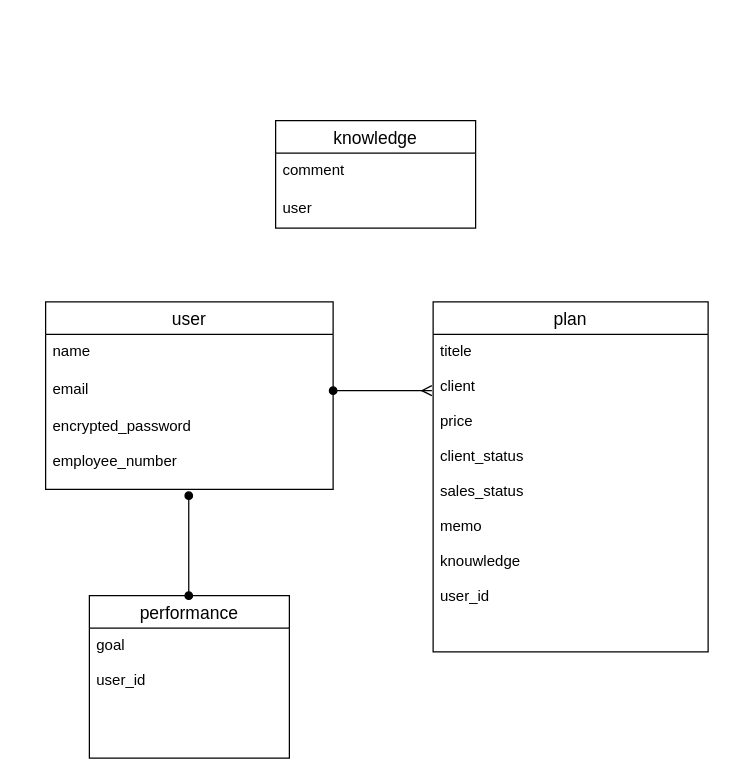
The draw.io diagram urican.dio in sayaka-ando/urican_app, before the edit. Source tidied: cells renumbered, new cells numbered last; positions are measured from the earlier drawing's top-left corner, leaving out a move shared by most shapes. Both pictures are drawn from the tidied source at 125%, with x=0, y=0 at pixel (45, 120).
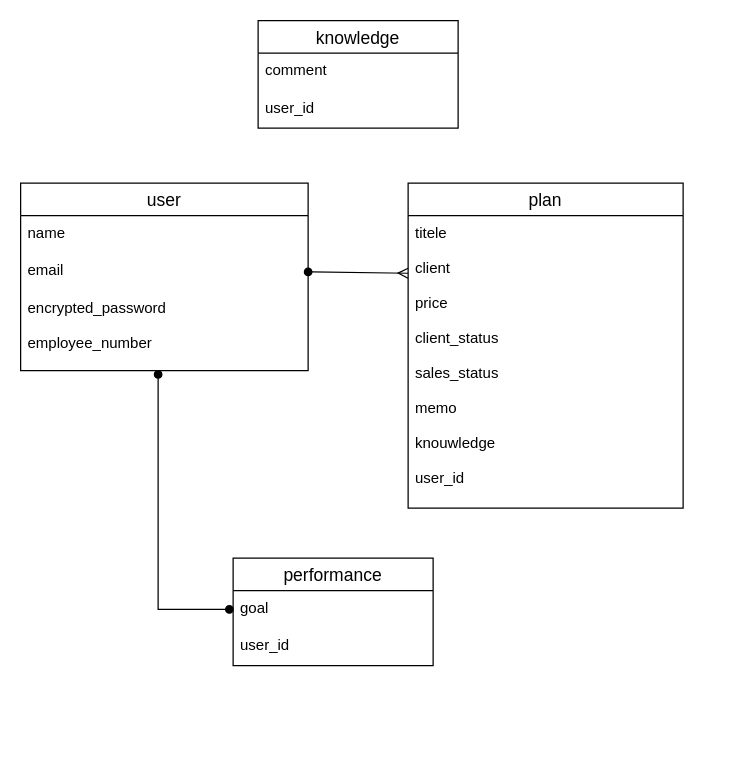
After the change.

Change to the diagram source:
```diff
@@
 <mxGraphModel>
   <root>
     <mxCell id="0" />
     <mxCell id="1" parent="0" />
     <mxCell id="2" value="user" style="swimlane;fontStyle=0;horizontal=1;startSize=26;align=center;fontSize=14;" parent="1" vertex="1">
-      <mxGeometry y="145" width="230" height="150" as="geometry" />
+      <mxGeometry x="-20" y="50" width="230" height="150" as="geometry" />
     </mxCell>
     <mxCell id="3" value="name&#10;" style="text;strokeColor=none;fillColor=none;spacingLeft=4;spacingRight=4;overflow=hidden;fontSize=12;" parent="2" vertex="1">
       <mxGeometry y="26" width="230" height="30" as="geometry" />
     </mxCell>
     <mxCell id="4" value="email&#10;" style="text;strokeColor=none;fillColor=none;spacingLeft=4;spacingRight=4;overflow=hidden;points=[[0,0.5],[1,0.5]];portConstraint=eastwest;fontSize=12;" parent="2" vertex="1">
       <mxGeometry y="56" width="230" height="30" as="geometry" />
     </mxCell>
     <mxCell id="5" value="encrypted_password&#10;&#10;employee_number" style="text;strokeColor=none;fillColor=none;spacingLeft=4;spacingRight=4;overflow=hidden;fontSize=12;" parent="2" vertex="1">
       <mxGeometry y="86" width="230" height="64" as="geometry" />
     </mxCell>
     <mxCell id="6" value="plan" style="swimlane;fontStyle=0;horizontal=1;startSize=26;align=center;fontSize=14;" parent="1" vertex="1">
-      <mxGeometry x="310" y="145" width="220" height="280" as="geometry" />
+      <mxGeometry x="290" y="50" width="220" height="260" as="geometry" />
     </mxCell>
-    <mxCell id="7" value="titele&#10;&#10;client&#10;&#10;price&#10;&#10;client_status&#10;&#10;sales_status&#10;&#10;memo&#10;&#10;knouwledge&#10;&#10;user_id&#10;&#10;" style="text;strokeColor=none;fillColor=none;spacingLeft=4;spacingRight=4;overflow=hidden;points=[[0,0.5],[1,0.5]];portConstraint=eastwest;fontSize=12;" parent="6" vertex="1">
-      <mxGeometry y="26" width="220" height="254" as="geometry" />
+    <mxCell id="7" value="titele&#10;&#10;client&#10;&#10;price&#10;&#10;client_status&#10;&#10;sales_status&#10;&#10;memo&#10;&#10;knouwledge&#10;&#10;user_id" style="text;strokeColor=none;fillColor=none;spacingLeft=4;spacingRight=4;overflow=hidden;points=[[0,0.5],[1,0.5]];portConstraint=eastwest;fontSize=12;" parent="6" vertex="1">
+      <mxGeometry y="26" width="220" height="234" as="geometry" />
     </mxCell>
     <mxCell id="8" value="performance" style="swimlane;fontStyle=0;horizontal=1;startSize=26;align=center;fontSize=14;" parent="1" vertex="1">
-      <mxGeometry x="35" y="380" width="160" height="130" as="geometry" />
+      <mxGeometry x="150" y="350" width="160" height="86" as="geometry" />
     </mxCell>
-    <mxCell id="9" value="goal&#10;&#10;user_id&#10;" style="text;strokeColor=none;fillColor=none;spacingLeft=4;spacingRight=4;overflow=hidden;fontSize=12;" parent="8" vertex="1">
-      <mxGeometry y="26" width="160" height="104" as="geometry" />
+    <mxCell id="9" value="goal" style="text;strokeColor=none;fillColor=none;spacingLeft=4;spacingRight=4;overflow=hidden;fontSize=12;" parent="8" vertex="1">
+      <mxGeometry y="26" width="160" height="30" as="geometry" />
     </mxCell>
+    <mxCell id="15" value="user_id" style="text;strokeColor=none;fillColor=none;spacingLeft=4;spacingRight=4;overflow=hidden;fontSize=12;" parent="8" vertex="1">
+      <mxGeometry y="56" width="160" height="30" as="geometry" />
+    </mxCell>
+    <mxCell id="11" style="rounded=0;jettySize=auto;html=1;exitX=1;exitY=0.5;exitDx=0;exitDy=0;entryX=0;entryY=0.197;entryDx=0;entryDy=0;entryPerimeter=0;startArrow=oval;startFill=1;endArrow=ERmany;endFill=0;" parent="1" edge="1" source="4" target="7">
+      <mxGeometry relative="1" as="geometry" />
+    </mxCell>
-    <mxCell id="10" style="endArrow=oval;html=1;rounded=0;endFill=1;startArrow=oval;startFill=1;" parent="8" edge="1">
+    <mxCell id="10" style="endArrow=oval;html=1;rounded=0;endFill=1;startArrow=oval;startFill=1;" parent="1" edge="1">
       <mxGeometry relative="1" as="geometry">
-        <mxPoint x="79.5" y="-80" as="sourcePoint" />
-        <mxPoint x="79.5" as="targetPoint" />
+        <mxPoint x="90" y="203" as="sourcePoint" />
+        <mxPoint x="147" y="391" as="targetPoint" />
+        <Array as="points">
+          <mxPoint x="90" y="391" />
+        </Array>
       </mxGeometry>
     </mxCell>
-    <mxCell id="11" style="rounded=0;jettySize=auto;html=1;exitX=1;exitY=0.5;exitDx=0;exitDy=0;startArrow=oval;startFill=1;endArrow=ERmany;endFill=0;" parent="1" edge="1" source="4">
-      <mxGeometry relative="1" as="geometry">
-        <mxPoint x="309" y="216" as="targetPoint" />
-      </mxGeometry>
-    </mxCell>
     <mxCell id="12" value="knowledge" style="swimlane;fontStyle=0;horizontal=1;startSize=26;align=center;fontSize=14;" parent="1" vertex="1">
-      <mxGeometry x="184" width="160" height="86" as="geometry" />
+      <mxGeometry x="170" y="-80" width="160" height="86" as="geometry" />
     </mxCell>
     <mxCell id="13" value="comment" style="text;strokeColor=none;fillColor=none;spacingLeft=4;spacingRight=4;overflow=hidden;fontSize=12;" parent="12" vertex="1">
       <mxGeometry y="26" width="160" height="30" as="geometry" />
     </mxCell>
-    <mxCell id="14" value="user" style="text;strokeColor=none;fillColor=none;spacingLeft=4;spacingRight=4;overflow=hidden;fontSize=12;" parent="12" vertex="1">
-      <mxGeometry y="56" width="160" height="30" as="geometry" />
-    </mxCell>
+    <mxCell id="16" value="user_id" style="text;strokeColor=none;fillColor=none;spacingLeft=4;spacingRight=4;overflow=hidden;fontSize=12;" parent="12" vertex="1">
+      <mxGeometry y="56" width="160" height="30" as="geometry" />
+    </mxCell>
   </root>
 </mxGraphModel>
```
